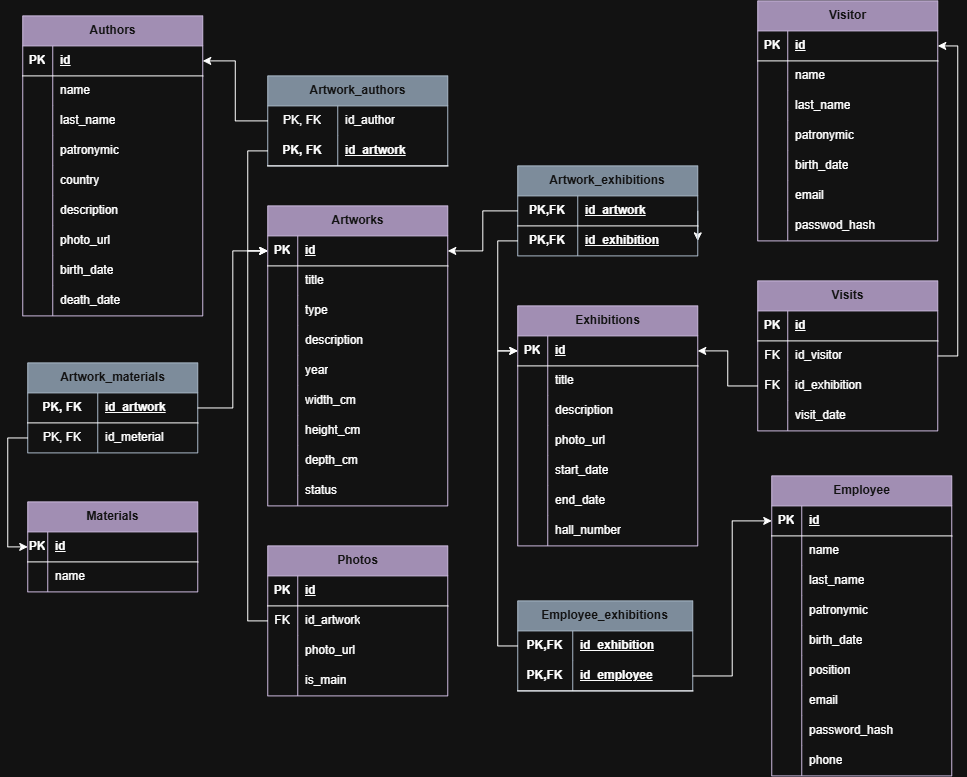
Above: docs/бд.drawio.png in hsugvusrihgvir/uni-pcs-5-museum (draw.io), before the change. Source tidied: cells renumbered, new cells last; positions are measured from the earlier drawing's top-left corner, leaving out a move shared by most shapes.
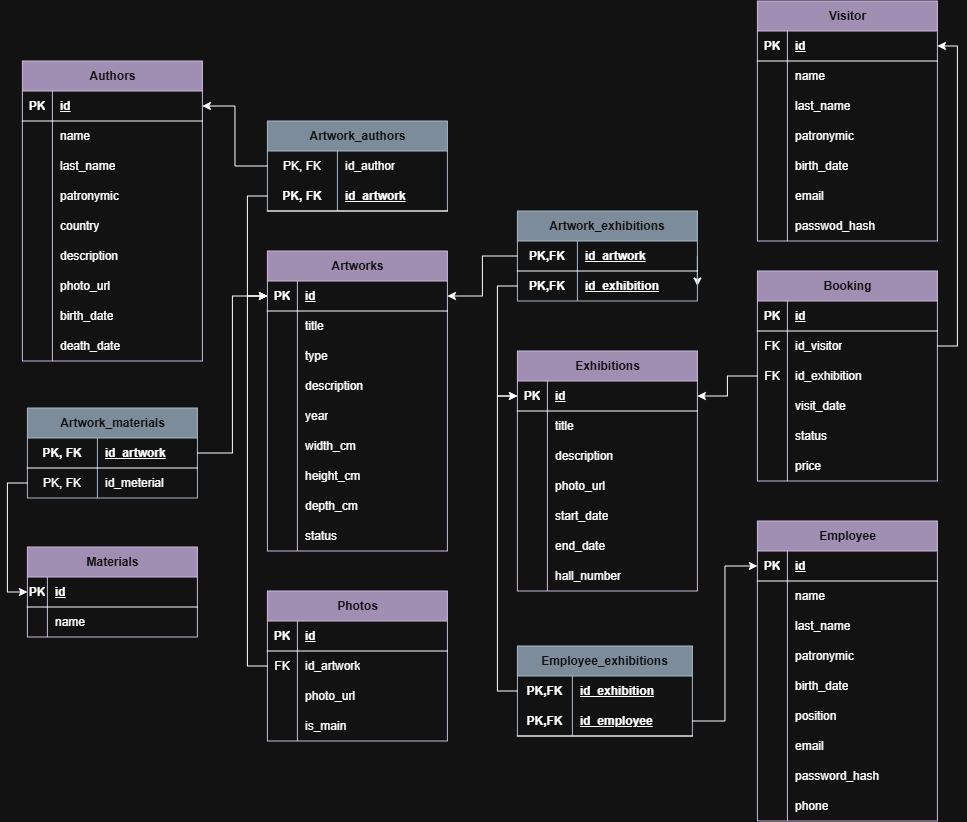
The same diagram one commit later.

Commit message:
docs: поменяла схему бд, sql

What changed in the source:
```diff
@@ -363,7 +363,7 @@
       <mxGeometry x="20" width="150" height="30" as="geometry" />
     </mxCell>
     <mxCell id="122" value="Visitor" style="shape=table;startSize=30;rowLines=0;fontStyle=1;align=center;html=1;fillColor=#76608a;strokeColor=#432D57;fontColor=#ffffff;" parent="1" vertex="1">
-      <mxGeometry x="735" width="180" height="240" as="geometry" />
+      <mxGeometry x="735" y="-45" width="180" height="240" as="geometry" />
     </mxCell>
     <mxCell id="123" style="shape=tableRow;horizontal=0;startSize=0;swimlaneHead=0;swimlaneBody=0;fillColor=none;points=[[0,0.5],[1,0.5]];portConstraint=eastwest;top=0;left=0;right=0;bottom=1;" parent="122" vertex="1">
       <mxGeometry y="30" width="180" height="30" as="geometry" />
@@ -428,8 +428,8 @@
     <mxCell id="143" value="passwod_hash" style="shape=partialRectangle;fillColor=none;top=0;left=0;bottom=0;right=0;align=left;spacingLeft=6;overflow=hidden;whiteSpace=wrap;html=1;" parent="141" vertex="1">
       <mxGeometry x="30" width="150" height="30" as="geometry" />
     </mxCell>
-    <mxCell id="144" value="Visits" style="shape=table;startSize=30;rowLines=0;fontStyle=1;align=center;html=1;fillColor=#76608a;strokeColor=#432D57;fontColor=#ffffff;" parent="1" vertex="1">
-      <mxGeometry x="735" y="280" width="180" height="150" as="geometry" />
+    <mxCell id="144" value="Booking" style="shape=table;startSize=30;rowLines=0;fontStyle=1;align=center;html=1;fillColor=#76608a;strokeColor=#432D57;fontColor=#ffffff;" parent="1" vertex="1">
+      <mxGeometry x="735" y="225" width="180" height="210" as="geometry" />
     </mxCell>
     <mxCell id="145" style="shape=tableRow;horizontal=0;startSize=0;swimlaneHead=0;swimlaneBody=0;fillColor=none;top=0;left=0;right=0;bottom=1;" parent="144" vertex="1">
       <mxGeometry y="30" width="180" height="30" as="geometry" />
@@ -467,8 +467,26 @@
     <mxCell id="156" value="visit_date" style="shape=partialRectangle;fillColor=none;top=0;left=0;bottom=0;right=0;align=left;spacingLeft=6;overflow=hidden;whiteSpace=wrap;html=1;" parent="154" vertex="1">
       <mxGeometry x="30" width="150" height="30" as="geometry" />
     </mxCell>
+    <mxCell id="203" style="shape=tableRow;horizontal=0;startSize=0;swimlaneHead=0;swimlaneBody=0;fillColor=none;top=0;left=0;right=0;bottom=0;" parent="144" vertex="1">
+      <mxGeometry y="150" width="180" height="30" as="geometry" />
+    </mxCell>
+    <mxCell id="204" style="shape=partialRectangle;fillColor=none;top=0;left=0;bottom=0;right=0;overflow=hidden;whiteSpace=wrap;html=1;" parent="203" vertex="1">
+      <mxGeometry width="30" height="30" as="geometry" />
+    </mxCell>
+    <mxCell id="205" value="status" style="shape=partialRectangle;fillColor=none;top=0;left=0;bottom=0;right=0;align=left;spacingLeft=6;overflow=hidden;whiteSpace=wrap;html=1;" parent="203" vertex="1">
+      <mxGeometry x="30" width="150" height="30" as="geometry" />
+    </mxCell>
+    <mxCell id="206" style="shape=tableRow;horizontal=0;startSize=0;swimlaneHead=0;swimlaneBody=0;fillColor=none;top=0;left=0;right=0;bottom=0;" parent="144" vertex="1">
+      <mxGeometry y="180" width="180" height="30" as="geometry" />
+    </mxCell>
+    <mxCell id="207" style="shape=partialRectangle;fillColor=none;top=0;left=0;bottom=0;right=0;overflow=hidden;whiteSpace=wrap;html=1;" parent="206" vertex="1">
+      <mxGeometry width="30" height="30" as="geometry" />
+    </mxCell>
+    <mxCell id="208" value="price" style="shape=partialRectangle;fillColor=none;top=0;left=0;bottom=0;right=0;align=left;spacingLeft=6;overflow=hidden;whiteSpace=wrap;html=1;" parent="206" vertex="1">
+      <mxGeometry x="30" width="150" height="30" as="geometry" />
+    </mxCell>
     <mxCell id="157" value="Employee" style="shape=table;startSize=30;rowLines=0;fontStyle=1;align=center;html=1;fillColor=#76608a;strokeColor=#432D57;fontColor=#ffffff;" parent="1" vertex="1">
-      <mxGeometry x="749" y="475" width="180" height="300" as="geometry" />
+      <mxGeometry x="735" y="475" width="180" height="300" as="geometry" />
     </mxCell>
     <mxCell id="158" style="shape=tableRow;horizontal=0;startSize=0;swimlaneHead=0;swimlaneBody=0;fillColor=none;points=[[0,0.5],[1,0.5]];portConstraint=eastwest;top=0;left=0;right=0;bottom=1;" parent="157" vertex="1">
       <mxGeometry y="30" width="180" height="30" as="geometry" />
@@ -609,16 +627,16 @@
     <mxCell id="200" style="edgeStyle=orthogonalEdgeStyle;rounded=0;jettySize=auto;html=1;entryX=0;entryY=0.5;entryDx=0;entryDy=0;" parent="1" edge="1" source="189" target="158">
       <mxGeometry relative="1" as="geometry" />
     </mxCell>
+    <mxCell id="202" style="edgeStyle=orthogonalEdgeStyle;rounded=0;jettySize=auto;html=1;entryX=1;entryY=0.5;entryDx=0;entryDy=0;" parent="1" edge="1" source="151" target="3">
+      <mxGeometry relative="1" as="geometry" />
+    </mxCell>
     <mxCell id="201" style="edgeStyle=orthogonalEdgeStyle;rounded=0;jettySize=auto;html=1;entryX=1;entryY=0.5;entryDx=0;entryDy=0;" parent="1" edge="1" source="148" target="123">
       <mxGeometry relative="1" as="geometry">
         <Array as="points">
-          <mxPoint x="935" y="355" />
-          <mxPoint x="935" y="45" />
+          <mxPoint x="935" y="300" />
+          <mxPoint x="935" />
         </Array>
       </mxGeometry>
     </mxCell>
-    <mxCell id="202" style="edgeStyle=orthogonalEdgeStyle;rounded=0;jettySize=auto;html=1;entryX=1;entryY=0.5;entryDx=0;entryDy=0;" parent="1" edge="1" source="151" target="3">
-      <mxGeometry relative="1" as="geometry" />
-    </mxCell>
   </root>
 </mxGraphModel>
```
